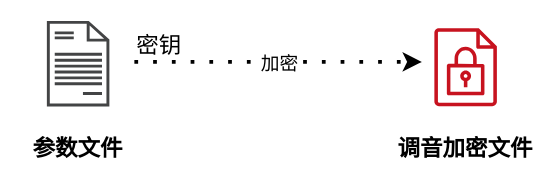
The draw.io diagram page "Encryption" (4 of 6) of DSP_UART.drawio in yintianlan/Picture_Draw, before the edit. Source tidied: cells renumbered, new cells numbered last; positions are measured from the earlier drawing's top-left corner, leaving out a move shared by most shapes. Both pictures are drawn from the tidied source at 125%, with x=0, y=0 at pixel (21, 20).
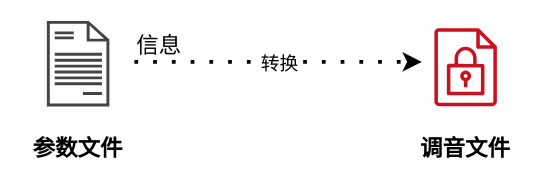
After the change.

The edit, as a diff of the source:
```diff
@@
 <mxGraphModel>
   <root>
     <mxCell id="0" />
     <mxCell id="1" parent="0" />
     <mxCell id="2" style="shadow=0;dashed=0;html=1;strokeColor=none;fillColor=#434445;labelPosition=center;verticalLabelPosition=bottom;verticalAlign=top;align=center;shape=mxgraph.vvd.document;fontSize=18;" parent="1" vertex="1">
       <mxGeometry x="20" y="0.2" width="50" height="68.5" as="geometry" />
     </mxCell>
     <mxCell id="3" style="fontColor=#232F3E;gradientColor=none;fillColor=#C7131F;strokeColor=none;dashed=0;verticalLabelPosition=bottom;verticalAlign=top;align=center;html=1;fontSize=12;fontStyle=0;shape=mxgraph.aws4.encrypted_data;" parent="1" vertex="1">
       <mxGeometry x="330" y="5.8" width="50" height="62.9" as="geometry" />
     </mxCell>
     <mxCell id="4" style="endArrow=classic;html=1;dashed=1;dashPattern=1 4;strokeWidth=3;fontSize=18;" parent="1" edge="1">
       <mxGeometry relative="1" as="geometry">
         <mxPoint x="90" y="33" as="sourcePoint" />
         <mxPoint x="320" y="33" as="targetPoint" />
         <Array as="points">
           <mxPoint x="170" y="33" />
         </Array>
       </mxGeometry>
     </mxCell>
-    <mxCell id="5" value="加密" style="edgeLabel;html=1;align=center;verticalAlign=middle;fontSize=15;" parent="4" vertex="1">
+    <mxCell id="5" value="转换" style="edgeLabel;html=1;align=center;verticalAlign=middle;fontSize=15;" parent="4" vertex="1">
       <mxGeometry relative="1" as="geometry" />
     </mxCell>
-    <mxCell id="6" value="&lt;font style=&quot;font-size: 18px&quot;&gt;密钥&lt;/font&gt;" style="edgeLabel;html=1;align=left;verticalAlign=bottom;fontSize=16;" parent="4" vertex="1">
+    <mxCell id="6" value="&lt;span style=&quot;font-size: 18px&quot;&gt;信息&lt;/span&gt;" style="edgeLabel;html=1;align=left;verticalAlign=bottom;fontSize=16;" parent="4" vertex="1">
       <mxGeometry x="-1" relative="1" as="geometry" />
     </mxCell>
     <mxCell id="7" value="&lt;font style=&quot;font-size: 18px&quot;&gt;&lt;b&gt;参数文件&lt;/b&gt;&lt;/font&gt;" style="text;html=1;strokeColor=none;fillColor=none;align=center;verticalAlign=middle;whiteSpace=wrap;rounded=0;fontSize=15;" parent="1" vertex="1">
       <mxGeometry y="93" width="90" height="20" as="geometry" />
     </mxCell>
-    <mxCell id="8" value="&lt;font style=&quot;font-size: 18px&quot;&gt;&lt;b&gt;调音加密文件&lt;/b&gt;&lt;/font&gt;" style="text;html=1;strokeColor=none;fillColor=none;align=center;verticalAlign=middle;whiteSpace=wrap;rounded=0;fontSize=15;" parent="1" vertex="1">
+    <mxCell id="8" value="&lt;font style=&quot;font-size: 18px&quot;&gt;&lt;b&gt;调音文件&lt;/b&gt;&lt;/font&gt;" style="text;html=1;strokeColor=none;fillColor=none;align=center;verticalAlign=middle;whiteSpace=wrap;rounded=0;fontSize=15;" parent="1" vertex="1">
       <mxGeometry x="300" y="93" width="110" height="20" as="geometry" />
     </mxCell>
   </root>
 </mxGraphModel>
```
